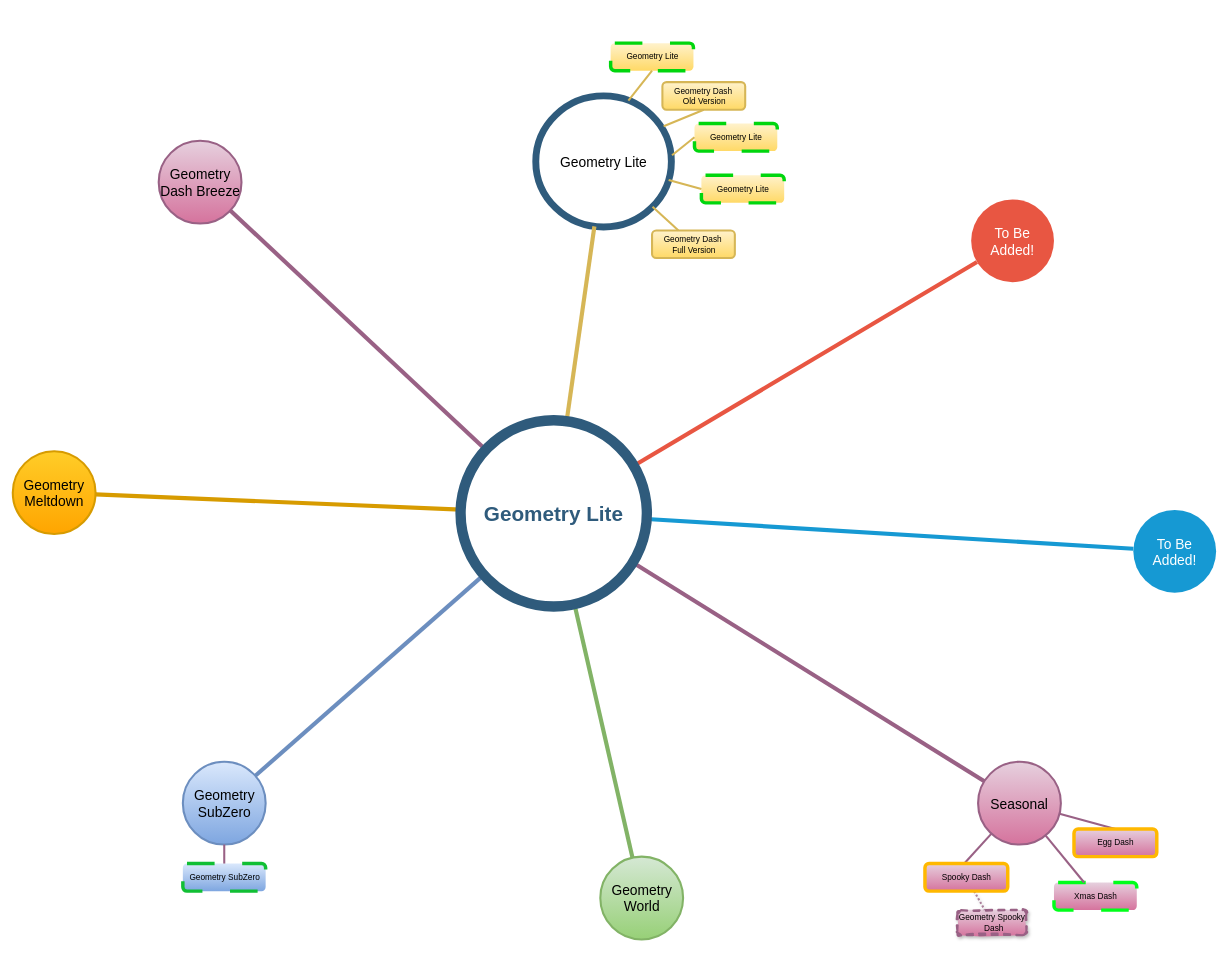
Before: Geometry Lite Games.drawio in TylerDawesGaming/Draw-IO, a draw.io diagram. Source tidied: cells renumbered, new cells numbered last; positions are measured from the earlier drawing's top-left corner, leaving out a move shared by most shapes. Both pictures are drawn from the tidied source at 69%, with x=0, y=0 at pixel (12, 43).
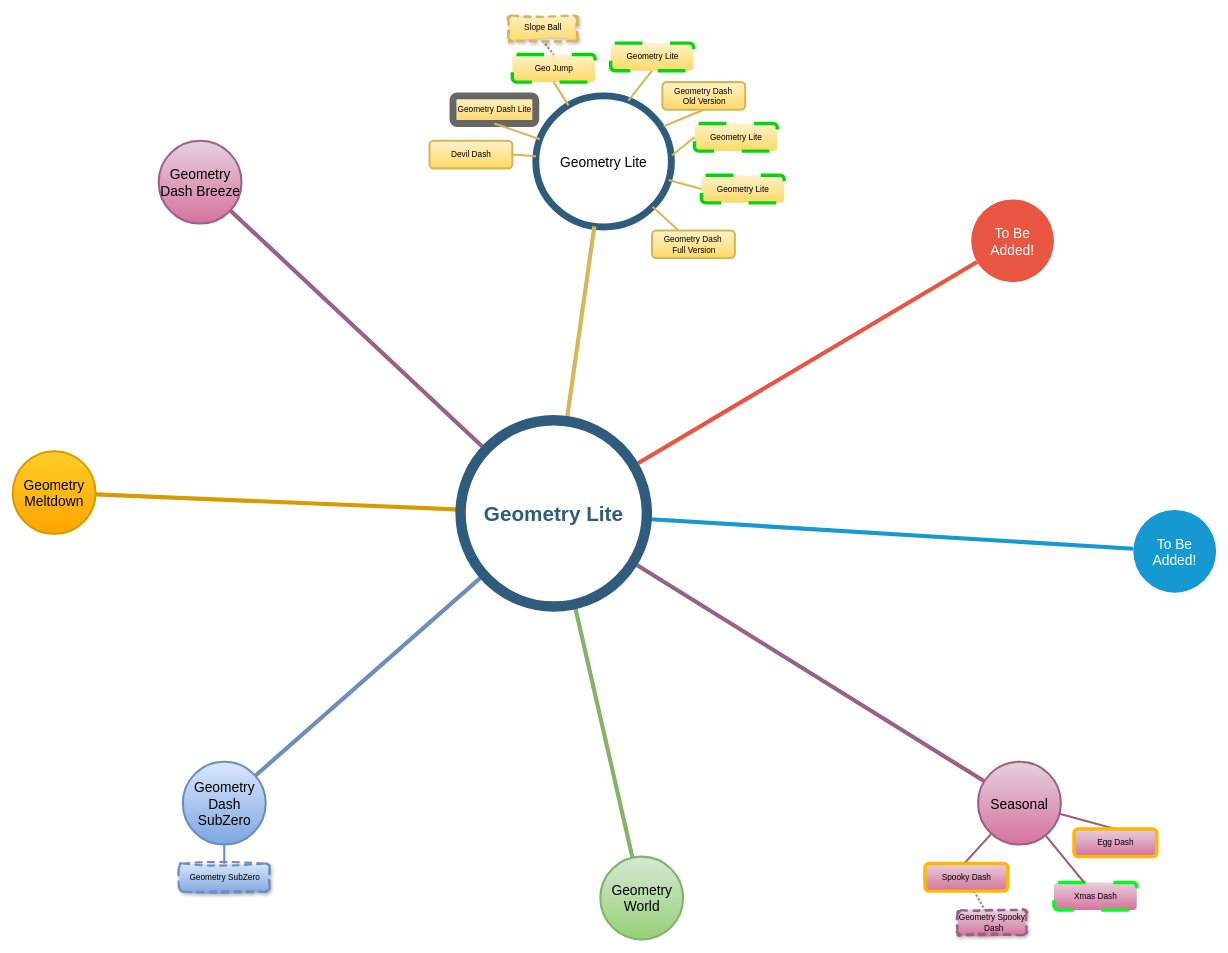
The same page after the edit.

Commit message:
Geometry Lite Games - Update 6

Unchanged cells that the change refers to:
```xml
<mxCell id="3" value="Geometry Lite" style="ellipse;whiteSpace=wrap;html=1;shadow=0;fontFamily=Helvetica;fontSize=20;align=center;strokeWidth=10;fillColor=#FFFFFF;strokeColor=#2F5B7C;gradientColor=#FFFFFF;" parent="1" vertex="1">
  <mxGeometry x="758" y="76.5" width="196.5" height="190" as="geometry" />
</mxCell>
```

The edit, as a diff of the source:
```diff
@@
-    <mxCell id="8" value="Geometry SubZero" style="ellipse;whiteSpace=wrap;html=1;shadow=0;fontFamily=Helvetica;fontSize=20;align=center;strokeWidth=3;fillColor=#dae8fc;strokeColor=#6c8ebf;gradientColor=#7ea6e0;" parent="1" vertex="1">
+    <mxCell id="8" value="Geometry Dash SubZero" style="ellipse;whiteSpace=wrap;html=1;shadow=0;fontFamily=Helvetica;fontSize=20;align=center;strokeWidth=3;fillColor=#dae8fc;strokeColor=#6c8ebf;gradientColor=#7ea6e0;" parent="1" vertex="1">
       <mxGeometry x="246.5" y="1041.5" width="120" height="120" as="geometry" />
     </mxCell>
@@
-    <mxCell id="36" value="Geometry SubZero" style="rounded=1;fillColor=#dae8fc;strokeColor=#11BF34;strokeWidth=5;shadow=0;html=1;gradientColor=#7ea6e0;dashed=1;dashPattern=8 8;" parent="1" vertex="1">
-      <mxGeometry x="246.5" y="1189" width="120" height="40" as="geometry" />
-    </mxCell>
-    <mxCell id="37" style="edgeStyle=none;endArrow=none;strokeWidth=3;strokeColor=#996185;html=1;fillColor=#e6d0de;gradientColor=#d5739d;" parent="1" edge="1" source="8" target="36">
+    <mxCell id="37" style="edgeStyle=none;endArrow=none;strokeWidth=3;strokeColor=#6c8ebf;html=1;fillColor=#dae8fc;gradientColor=#7ea6e0;" parent="1" edge="1" source="8" target="36">
       <mxGeometry x="251" y="-103.5" as="geometry" />
     </mxCell>
@@
+    <mxCell id="40" value="Geo Jump" style="rounded=1;fillColor=#fff2cc;strokeColor=#00D60E;strokeWidth=5;shadow=0;html=1;gradientColor=#ffd966;dashed=1;dashPattern=8 8;" parent="1" vertex="1">
+      <mxGeometry x="724" y="16.5" width="120" height="40" as="geometry" />
+    </mxCell>
+    <mxCell id="41" style="edgeStyle=none;endArrow=none;strokeWidth=3;strokeColor=#d6b656;html=1;fillColor=#fff2cc;gradientColor=#ffd966;entryX=0.5;entryY=1;entryDx=0;entryDy=0;" parent="1" edge="1" source="3" target="40">
+      <mxGeometry x="3.5" y="21.5" as="geometry" />
+    </mxCell>
+    <mxCell id="36" value="&lt;div&gt;Geometry SubZero&lt;/div&gt;" style="rounded=1;fillColor=#dae8fc;strokeColor=#6c8ebf;strokeWidth=3;shadow=1;html=1;gradientColor=#7ea6e0;glass=0;sketch=1;curveFitting=1;jiggle=2;dashed=1;" parent="1" vertex="1">
+      <mxGeometry x="240.8" y="1189" width="131.5" height="41" as="geometry" />
+    </mxCell>
+    <mxCell id="42" value="Geometry Dash Lite" style="rounded=1;fillColor=#FFF2CC;strokeColor=#666666;strokeWidth=10;shadow=0;html=1;gradientColor=#FFD966;" parent="1" vertex="1">
+      <mxGeometry x="638" y="76.5" width="120" height="40" as="geometry" />
+    </mxCell>
+    <mxCell id="43" style="edgeStyle=none;endArrow=none;strokeWidth=3;strokeColor=#d6b656;html=1;fillColor=#fff2cc;gradientColor=#ffd966;entryX=0.5;entryY=1;entryDx=0;entryDy=0;" parent="1" edge="1" source="3" target="42">
+      <mxGeometry x="3.5" y="21.5" as="geometry" />
+    </mxCell>
+    <mxCell id="44" style="edgeStyle=none;endArrow=none;strokeWidth=3;strokeColor=#996185;html=1;fillColor=#e6d0de;gradientColor=#d5739d;shadow=1;flowAnimation=0;jumpStyle=gap;dashed=1;dashPattern=1 1;startArrow=none;startFill=0;endFill=0;opacity=80;jumpSize=3;entryX=0.5;entryY=0;entryDx=0;entryDy=0;exitX=0.5;exitY=1;exitDx=0;exitDy=0;" parent="1" edge="1" source="45" target="40">
+      <mxGeometry x="251" y="-103.5" as="geometry" />
+    </mxCell>
+    <mxCell id="45" value="&lt;p style=&quot;line-height: 0%;&quot;&gt;&lt;/p&gt;&lt;div style=&quot;text-align: justify;&quot;&gt;Slope Ball&lt;/div&gt;&lt;p&gt;&lt;/p&gt;" style="rounded=1;fillColor=#fff2cc;strokeColor=#d6b656;strokeWidth=3;shadow=1;html=1;gradientColor=#ffd966;glass=0;sketch=1;curveFitting=1;jiggle=2;dashed=1;" parent="1" vertex="1">
+      <mxGeometry x="718" y="-40" width="100" height="36.5" as="geometry" />
+    </mxCell>
+    <mxCell id="46" value="Devil Dash" style="rounded=1;fillColor=#fff2cc;strokeColor=#d6b656;strokeWidth=3;shadow=0;html=1;gradientColor=#ffd966;" parent="1" vertex="1">
+      <mxGeometry x="604" y="141.5" width="120" height="40" as="geometry" />
+    </mxCell>
+    <mxCell id="47" style="edgeStyle=none;endArrow=none;strokeWidth=3;strokeColor=#d6b656;html=1;fillColor=#fff2cc;gradientColor=#ffd966;entryX=1;entryY=0.5;entryDx=0;entryDy=0;" parent="1" edge="1" source="3" target="46">
+      <mxGeometry x="3.5" y="21.5" as="geometry" />
+    </mxCell>
```
